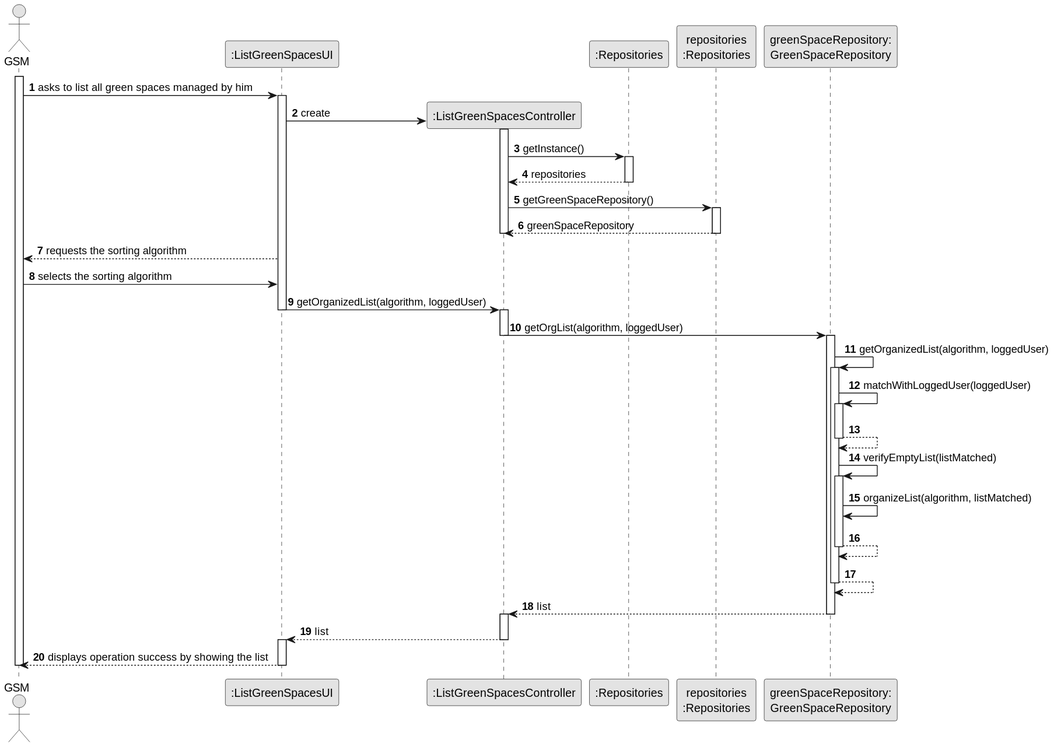
Earlier version of the PlantUML export docs/sprintC/us027/03.design/svg/us027-sequence-diagram-full.svg (ricardomm7/leaflink).
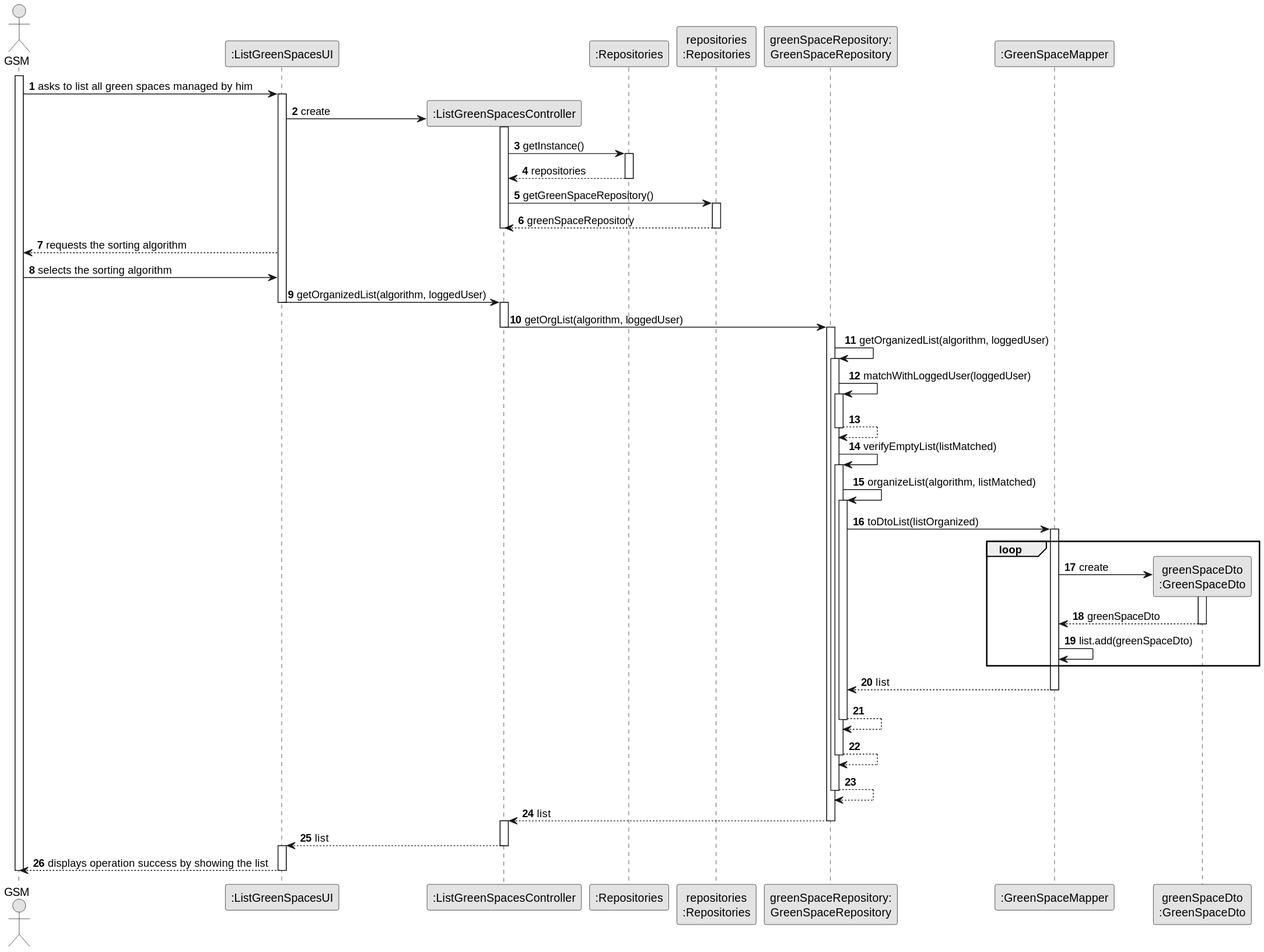
The same file after the commit.

Diff of the diagram source:
```diff
@@ -12,6 +12,8 @@
 participant ":Repositories" as RepositorySingleton
 participant "repositories\n:Repositories" as PLAT
 participant "greenSpaceRepository:\nGreenSpaceRepository" as GreenSpaceRepo
+participant ":GreenSpaceMapper" as mapper
+participant "greenSpaceDto\n:GreenSpaceDto" as dto
 
 activate GSM
 GSM -> UI : asks to list all green spaces managed by him
@@ -49,6 +51,22 @@
 activate GreenSpaceRepo
 
 GreenSpaceRepo -> GreenSpaceRepo : organizeList(algorithm, listMatched)
+activate GreenSpaceRepo
+GreenSpaceRepo -> mapper : toDtoList(listOrganized)
+activate mapper
+
+loop
+mapper -> dto** : create
+activate dto
+dto --> mapper : greenSpaceDto
+deactivate dto
+mapper -> mapper : list.add(greenSpaceDto)
+end loop
+
+mapper --> GreenSpaceRepo : list
+deactivate mapper
+GreenSpaceRepo --> GreenSpaceRepo
+deactivate GreenSpaceRepo
 GreenSpaceRepo --> GreenSpaceRepo
 deactivate GreenSpaceRepo
 GreenSpaceRepo --> GreenSpaceRepo
```
